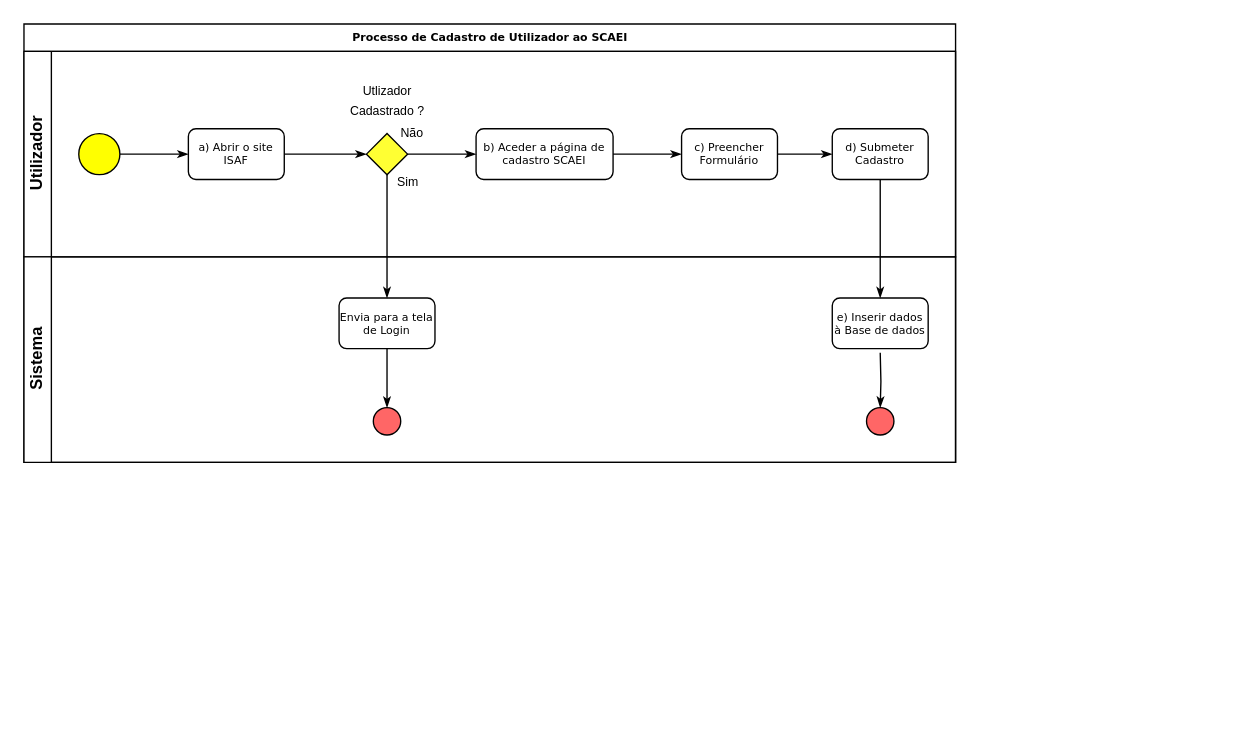
The draw.io diagram Images/Fluxo Login no portal SCAEI.drawio in Josemyr1993/JavaProject, before the edit. Source tidied: cells renumbered, new cells numbered last; positions are measured from the earlier drawing's top-left corner, leaving out a move shared by most shapes. Both pictures are drawn from the tidied source at 137%, with x=0, y=0 at pixel (23, 23).
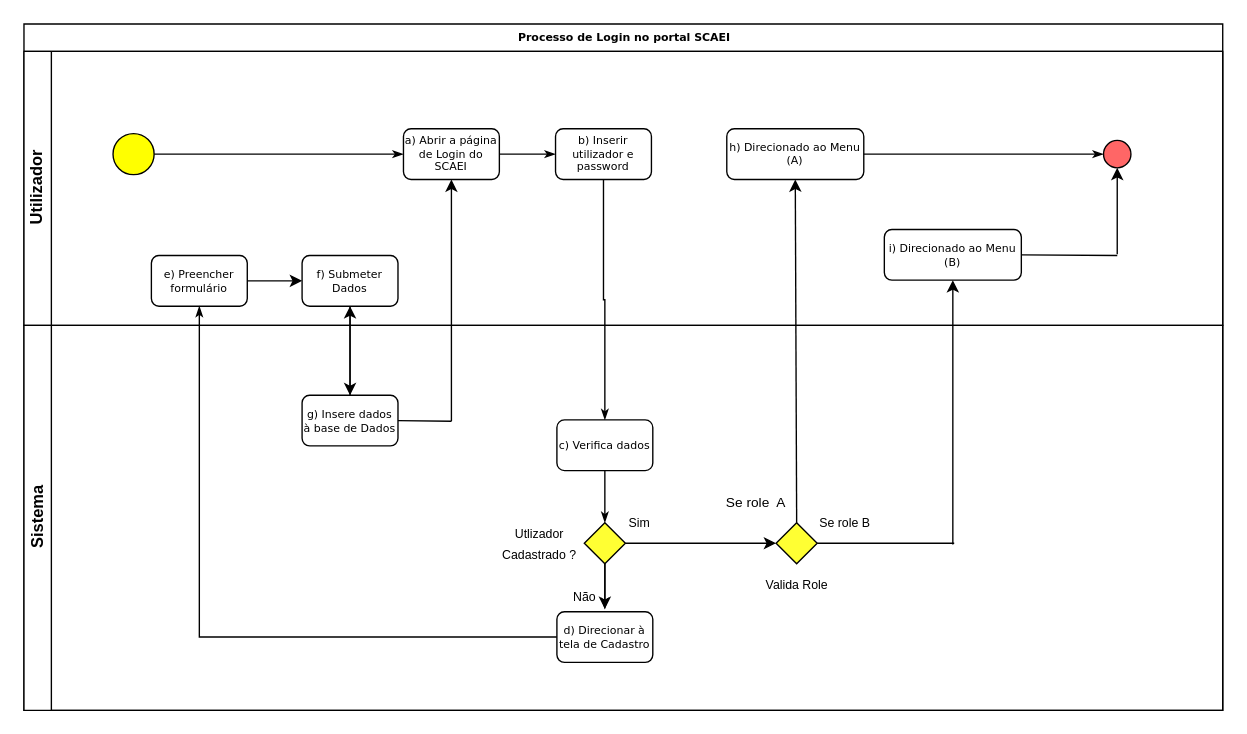
The same page after the edit.

What changed in the source:
```diff
@@
-    <mxCell id="2" value="Processo de Cadastro de Utilizador ao SCAEI" style="swimlane;html=1;horizontal=1;startSize=20;rounded=0;shadow=0;labelBackgroundColor=none;strokeWidth=1;fontFamily=Verdana;fontSize=8;align=center;" parent="1" vertex="1">
-      <mxGeometry width="680" height="320" as="geometry" />
+    <mxCell id="2" value="Processo de Login no portal SCAEI" style="swimlane;html=1;horizontal=1;startSize=20;rounded=0;shadow=0;labelBackgroundColor=none;strokeWidth=1;fontFamily=Verdana;fontSize=8;align=center;" parent="1" vertex="1">
+      <mxGeometry width="875" height="501" as="geometry" />
     </mxCell>
     <mxCell id="3" value="Utilizador" style="swimlane;html=1;startSize=20;horizontal=0;" parent="2" vertex="1">
-      <mxGeometry y="20" width="680" height="150" as="geometry" />
+      <mxGeometry y="20" width="875" height="200" as="geometry" />
     </mxCell>
@@
     <mxCell id="5" style="ellipse;whiteSpace=wrap;html=1;rounded=0;shadow=0;labelBackgroundColor=none;strokeWidth=1;fontFamily=Verdana;fontSize=8;align=center;fillColor=#FFFF00;" parent="3" vertex="1">
-      <mxGeometry x="40" y="60" width="30" height="30" as="geometry" />
+      <mxGeometry x="65" y="60" width="30" height="30" as="geometry" />
     </mxCell>
-    <mxCell id="6" value="a) Abrir o site ISAF" style="rounded=1;whiteSpace=wrap;html=1;shadow=0;labelBackgroundColor=none;strokeWidth=1;fontFamily=Verdana;fontSize=8;align=center;" parent="3" vertex="1">
-      <mxGeometry x="120" y="56.5" width="70" height="37" as="geometry" />
+    <mxCell id="6" value="a) Abrir a página de Login do SCAEI" style="rounded=1;whiteSpace=wrap;html=1;shadow=0;labelBackgroundColor=none;strokeWidth=1;fontFamily=Verdana;fontSize=8;align=center;" parent="3" vertex="1">
+      <mxGeometry x="277" y="56.5" width="70" height="37" as="geometry" />
     </mxCell>
-    <mxCell id="7" value="c) Preencher Formulário" style="rounded=1;whiteSpace=wrap;html=1;shadow=0;labelBackgroundColor=none;strokeWidth=1;fontFamily=Verdana;fontSize=8;align=center;" parent="3" vertex="1">
-      <mxGeometry x="480" y="56.5" width="70" height="37" as="geometry" />
-    </mxCell>
-    <mxCell id="8" value="b) Aceder a página de cadastro SCAEI" style="rounded=1;whiteSpace=wrap;html=1;shadow=0;labelBackgroundColor=none;strokeWidth=1;fontFamily=Verdana;fontSize=8;align=center;" parent="3" vertex="1">
-      <mxGeometry x="330" y="56.5" width="100" height="37" as="geometry" />
+    <mxCell id="8" value="h) Direcionado ao Menu (A)" style="rounded=1;whiteSpace=wrap;html=1;shadow=0;labelBackgroundColor=none;strokeWidth=1;fontFamily=Verdana;fontSize=8;align=center;" parent="3" vertex="1">
+      <mxGeometry x="513" y="56.5" width="100" height="37" as="geometry" />
     </mxCell>
-    <mxCell id="9" style="edgeStyle=orthogonalEdgeStyle;rounded=0;html=1;labelBackgroundColor=none;startArrow=none;startFill=0;startSize=5;endArrow=classicThin;endFill=1;endSize=5;jettySize=auto;strokeWidth=1;fontFamily=Verdana;fontSize=8;exitX=1;exitY=0.5;exitDx=0;exitDy=0;entryX=0;entryY=0.5;entryDx=0;entryDy=0;entryPerimeter=0;" parent="3" edge="1" source="6" target="12">
-      <mxGeometry relative="1" as="geometry" />
+    <mxCell id="9" style="edgeStyle=orthogonalEdgeStyle;rounded=0;html=1;labelBackgroundColor=none;startArrow=none;startFill=0;startSize=5;endArrow=classicThin;endFill=1;endSize=5;jettySize=auto;strokeWidth=1;fontFamily=Verdana;fontSize=8;exitX=1;exitY=0.5;exitDx=0;exitDy=0;" parent="3" edge="1" source="6">
+      <mxGeometry relative="1" as="geometry">
+        <mxPoint x="388" y="75" as="targetPoint" />
+      </mxGeometry>
     </mxCell>
-    <mxCell id="10" style="edgeStyle=orthogonalEdgeStyle;rounded=0;html=1;labelBackgroundColor=none;startArrow=none;startFill=0;startSize=5;endArrow=classicThin;endFill=1;endSize=5;jettySize=auto;strokeWidth=1;fontFamily=Verdana;fontSize=8;entryX=0;entryY=0.5;entryDx=0;entryDy=0;" parent="3" edge="1" source="8" target="7">
+    <mxCell id="10" style="edgeStyle=orthogonalEdgeStyle;rounded=0;html=1;labelBackgroundColor=none;startArrow=none;startFill=0;startSize=5;endArrow=classicThin;endFill=1;endSize=5;jettySize=auto;strokeWidth=1;fontFamily=Verdana;fontSize=8;entryX=0;entryY=0.5;entryDx=0;entryDy=0;" parent="3" edge="1" source="8" target="30">
       <mxGeometry relative="1" as="geometry" />
     </mxCell>
@@
-    <mxCell id="12" style="strokeWidth=1;html=1;shape=mxgraph.flowchart.decision;whiteSpace=wrap;rounded=1;shadow=0;labelBackgroundColor=none;fontFamily=Verdana;fontSize=8;align=center;fillColor=#FFFF33;" parent="3" vertex="1">
-      <mxGeometry x="250" y="60" width="30" height="30" as="geometry" />
-    </mxCell>
+    <mxCell id="29" value="b) Inserir utilizador e password" style="rounded=1;whiteSpace=wrap;html=1;shadow=0;labelBackgroundColor=none;strokeWidth=1;fontFamily=Verdana;fontSize=8;align=center;" parent="3" vertex="1">
+      <mxGeometry x="388" y="56.5" width="70" height="37" as="geometry" />
+    </mxCell>
+    <mxCell id="30" style="ellipse;whiteSpace=wrap;html=1;rounded=0;shadow=0;labelBackgroundColor=none;strokeWidth=1;fontFamily=Verdana;fontSize=8;align=center;fillColor=#FF6666;" parent="3" vertex="1">
+      <mxGeometry x="788" y="65" width="20" height="20" as="geometry" />
+    </mxCell>
+    <mxCell id="31" value="i) Direcionado ao Menu (B)" style="rounded=1;whiteSpace=wrap;html=1;shadow=0;labelBackgroundColor=none;strokeWidth=1;fontFamily=Verdana;fontSize=8;align=center;" parent="3" vertex="1">
+      <mxGeometry x="628" y="130" width="100" height="37" as="geometry" />
+    </mxCell>
+    <mxCell id="32" value="e) Preencher formulário" style="rounded=1;whiteSpace=wrap;html=1;shadow=0;labelBackgroundColor=none;strokeWidth=1;fontFamily=Verdana;fontSize=8;align=center;" parent="3" vertex="1">
+      <mxGeometry x="93" y="149" width="70" height="37" as="geometry" />
+    </mxCell>
+    <mxCell id="33" value="f) Submeter Dados" style="rounded=1;whiteSpace=wrap;html=1;shadow=0;labelBackgroundColor=none;strokeWidth=1;fontFamily=Verdana;fontSize=8;align=center;" parent="3" vertex="1">
+      <mxGeometry x="203" y="149" width="70" height="37" as="geometry" />
+    </mxCell>
+    <mxCell id="34" style="endArrow=classic;html=1;rounded=0;exitX=1;exitY=0.5;exitDx=0;exitDy=0;entryX=0;entryY=0.5;entryDx=0;entryDy=0;" parent="3" edge="1" source="32" target="33">
+      <mxGeometry relative="1" as="geometry" />
+    </mxCell>
+    <mxCell id="35" style="edgeStyle=orthogonalEdgeStyle;rounded=0;html=1;labelBackgroundColor=none;startArrow=none;startFill=0;startSize=5;endArrow=classicThin;endFill=1;endSize=5;jettySize=auto;strokeWidth=1;fontFamily=Verdana;fontSize=8;exitX=0;exitY=0.5;exitDx=0;exitDy=0;entryX=0.5;entryY=1;entryDx=0;entryDy=0;" parent="2" edge="1" source="42" target="32">
+      <mxGeometry relative="1" as="geometry" />
+    </mxCell>
+    <mxCell id="36" style="edgeStyle=orthogonalEdgeStyle;rounded=0;html=1;labelBackgroundColor=none;startArrow=none;startFill=0;startSize=5;endArrow=classicThin;endFill=1;endSize=5;jettySize=auto;strokeWidth=1;fontFamily=Verdana;fontSize=8;exitX=0.5;exitY=1;exitDx=0;exitDy=0;entryX=0.5;entryY=0;entryDx=0;entryDy=0;" parent="2" edge="1" source="29" target="38">
+      <mxGeometry relative="1" as="geometry" />
+    </mxCell>
+    <mxCell id="37" style="endArrow=classic;html=1;rounded=0;entryX=0.5;entryY=1;entryDx=0;entryDy=0;exitX=0.5;exitY=0;exitDx=0;exitDy=0;exitPerimeter=0;" parent="2" edge="1" source="43" target="8">
+      <mxGeometry relative="1" as="geometry" />
+    </mxCell>
+    <mxCell id="19" value="Sistema" style="swimlane;html=1;startSize=20;horizontal=0;" parent="2" vertex="1">
+      <mxGeometry y="220" width="875" height="281" as="geometry" />
+    </mxCell>
+    <mxCell id="21" style="edgeStyle=orthogonalEdgeStyle;rounded=0;orthogonalLoop=1;jettySize=auto;html=1;exitX=0.5;exitY=1;exitDx=0;exitDy=0;fontSize=9;" parent="19" edge="1">
+      <mxGeometry relative="1" as="geometry">
+        <mxPoint x="404" y="151" as="sourcePoint" />
+        <mxPoint x="404" y="151" as="targetPoint" />
+      </mxGeometry>
+    </mxCell>
+    <mxCell id="25" style="edgeStyle=orthogonalEdgeStyle;rounded=0;html=1;labelBackgroundColor=none;startArrow=none;startFill=0;startSize=5;endArrow=classicThin;endFill=1;endSize=5;jettySize=auto;orthogonalLoop=1;strokeWidth=1;fontFamily=Verdana;fontSize=8;exitX=0.5;exitY=1;exitDx=0;exitDy=0;entryX=0.5;entryY=0;entryDx=0;entryDy=0;" parent="19" edge="1">
+      <mxGeometry relative="1" as="geometry">
+        <mxPoint x="424" y="164" as="sourcePoint" />
+        <mxPoint x="424" y="207" as="targetPoint" />
+      </mxGeometry>
+    </mxCell>
+    <mxCell id="38" value="c) Verifica dados" style="rounded=1;whiteSpace=wrap;html=1;shadow=0;labelBackgroundColor=none;strokeWidth=1;fontFamily=Verdana;fontSize=8;align=center;" parent="19" vertex="1">
+      <mxGeometry x="389" y="69" width="70" height="37" as="geometry" />
+    </mxCell>
+    <mxCell id="39" style="edgeStyle=orthogonalEdgeStyle;rounded=0;jettySize=auto;html=1;" parent="19" edge="1" source="40">
+      <mxGeometry relative="1" as="geometry">
+        <mxPoint x="424" y="207" as="targetPoint" />
+      </mxGeometry>
+    </mxCell>
+    <mxCell id="40" style="strokeWidth=1;html=1;shape=mxgraph.flowchart.decision;whiteSpace=wrap;rounded=1;shadow=0;labelBackgroundColor=none;fontFamily=Verdana;fontSize=8;align=center;fillColor=#FFFF33;" parent="19" vertex="1">
+      <mxGeometry x="409" y="144" width="30" height="30" as="geometry" />
+    </mxCell>
-    <mxCell id="13" value="&lt;font style=&quot;font-size: 9px;&quot;&gt;Utlizador Cadastrado ?&lt;/font&gt;" style="text;strokeColor=none;align=center;fillColor=none;html=1;verticalAlign=middle;whiteSpace=wrap;rounded=0;" parent="3" vertex="1">
-      <mxGeometry x="227.5" y="20" width="75" height="30" as="geometry" />
+    <mxCell id="13" value="&lt;font style=&quot;font-size: 9px;&quot;&gt;Utlizador Cadastrado ?&lt;/font&gt;" style="text;strokeColor=none;align=center;fillColor=none;html=1;verticalAlign=middle;whiteSpace=wrap;rounded=0;" parent="19" vertex="1">
+      <mxGeometry x="339" y="144" width="75" height="30" as="geometry" />
     </mxCell>
+    <mxCell id="41" style="edgeStyle=orthogonalEdgeStyle;rounded=0;html=1;labelBackgroundColor=none;startArrow=none;startFill=0;startSize=5;endArrow=classicThin;endFill=1;endSize=5;jettySize=auto;strokeWidth=1;fontFamily=Verdana;fontSize=8;entryX=0.5;entryY=0;entryDx=0;entryDy=0;entryPerimeter=0;" parent="19" edge="1" source="38" target="40">
+      <mxGeometry relative="1" as="geometry" />
+    </mxCell>
-    <mxCell id="14" value="&lt;font style=&quot;font-size: 9px;&quot;&gt;Sim&lt;/font&gt;" style="text;html=1;align=center;verticalAlign=middle;strokeColor=none;fillColor=none;fontSize=10;" parent="3" vertex="1">
-      <mxGeometry x="260" y="80" width="40" height="30" as="geometry" />
+    <mxCell id="14" value="&lt;font style=&quot;font-size: 9px;&quot;&gt;Sim&lt;/font&gt;" style="text;html=1;align=center;verticalAlign=middle;strokeColor=none;fillColor=none;fontSize=10;" parent="19" vertex="1">
+      <mxGeometry x="429" y="129" width="40" height="30" as="geometry" />
     </mxCell>
-    <mxCell id="15" style="edgeStyle=orthogonalEdgeStyle;rounded=0;html=1;labelBackgroundColor=none;startArrow=none;startFill=0;startSize=5;endArrow=classicThin;endFill=1;endSize=5;jettySize=auto;strokeWidth=1;fontFamily=Verdana;fontSize=8;exitX=1;exitY=0.5;exitDx=0;exitDy=0;entryX=0;entryY=0.5;entryDx=0;entryDy=0;exitPerimeter=0;" parent="3" edge="1" source="12" target="8">
-      <mxGeometry relative="1" as="geometry" />
-    </mxCell>
-    <mxCell id="16" value="d) Submeter Cadastro" style="rounded=1;whiteSpace=wrap;html=1;shadow=0;labelBackgroundColor=none;strokeWidth=1;fontFamily=Verdana;fontSize=8;align=center;" parent="3" vertex="1">
-      <mxGeometry x="590" y="56.5" width="70" height="37" as="geometry" />
-    </mxCell>
-    <mxCell id="17" style="edgeStyle=orthogonalEdgeStyle;rounded=0;html=1;labelBackgroundColor=none;startArrow=none;startFill=0;startSize=5;endArrow=classicThin;endFill=1;endSize=5;jettySize=auto;strokeWidth=1;fontFamily=Verdana;fontSize=8;entryX=0;entryY=0.5;entryDx=0;entryDy=0;exitX=1;exitY=0.5;exitDx=0;exitDy=0;" parent="3" edge="1" source="7" target="16">
-      <mxGeometry relative="1" as="geometry" />
-    </mxCell>
-    <mxCell id="18" value="Não" style="text;html=1;align=center;verticalAlign=middle;strokeColor=none;fillColor=none;fontSize=9;" parent="3" vertex="1">
-      <mxGeometry x="262.5" y="50" width="40" height="20" as="geometry" />
+    <mxCell id="18" value="Não" style="text;html=1;align=center;verticalAlign=middle;strokeColor=none;fillColor=none;fontSize=9;" parent="19" vertex="1">
+      <mxGeometry x="389" y="189" width="40" height="20" as="geometry" />
     </mxCell>
-    <mxCell id="19" value="Sistema" style="swimlane;html=1;startSize=20;horizontal=0;" parent="2" vertex="1">
-      <mxGeometry y="170" width="680" height="150" as="geometry" />
-    </mxCell>
-    <mxCell id="20" value="Envia para a tela de Login" style="rounded=1;whiteSpace=wrap;html=1;shadow=0;labelBackgroundColor=none;strokeWidth=1;fontFamily=Verdana;fontSize=8;align=center;" parent="19" vertex="1">
-      <mxGeometry x="230" y="30" width="70" height="37" as="geometry" />
-    </mxCell>
-    <mxCell id="21" style="edgeStyle=orthogonalEdgeStyle;rounded=0;orthogonalLoop=1;jettySize=auto;html=1;exitX=0.5;exitY=1;exitDx=0;exitDy=0;fontSize=9;" parent="19" edge="1" source="20" target="20">
-      <mxGeometry relative="1" as="geometry" />
-    </mxCell>
-    <mxCell id="22" style="ellipse;whiteSpace=wrap;html=1;rounded=0;shadow=0;labelBackgroundColor=none;strokeWidth=1;fontFamily=Verdana;fontSize=8;align=center;fillColor=#FF6666;" parent="19" vertex="1">
-      <mxGeometry x="255" y="110" width="20" height="20" as="geometry" />
-    </mxCell>
-    <mxCell id="23" value="e) Inserir dados à Base de dados" style="rounded=1;whiteSpace=wrap;html=1;shadow=0;labelBackgroundColor=none;strokeWidth=1;fontFamily=Verdana;fontSize=8;align=center;" parent="19" vertex="1">
-      <mxGeometry x="590" y="30" width="70" height="37" as="geometry" />
-    </mxCell>
-    <mxCell id="24" style="ellipse;whiteSpace=wrap;html=1;rounded=0;shadow=0;labelBackgroundColor=none;strokeWidth=1;fontFamily=Verdana;fontSize=8;align=center;fillColor=#FF6666;" parent="19" vertex="1">
-      <mxGeometry x="615" y="110" width="20" height="20" as="geometry" />
-    </mxCell>
-    <mxCell id="25" style="edgeStyle=orthogonalEdgeStyle;rounded=0;html=1;labelBackgroundColor=none;startArrow=none;startFill=0;startSize=5;endArrow=classicThin;endFill=1;endSize=5;jettySize=auto;strokeWidth=1;fontFamily=Verdana;fontSize=8;exitX=0.5;exitY=1;exitDx=0;exitDy=0;entryX=0.5;entryY=0;entryDx=0;entryDy=0;" parent="19" edge="1" source="20" target="22">
-      <mxGeometry relative="1" as="geometry" />
-    </mxCell>
-    <mxCell id="26" style="edgeStyle=orthogonalEdgeStyle;rounded=0;html=1;labelBackgroundColor=none;startArrow=none;startFill=0;startSize=5;endArrow=classicThin;endFill=1;endSize=5;jettySize=auto;strokeWidth=1;fontFamily=Verdana;fontSize=8;exitX=0.5;exitY=1;exitDx=0;exitDy=0;entryX=0.5;entryY=0;entryDx=0;entryDy=0;" parent="2" edge="1" source="16" target="23">
-      <mxGeometry relative="1" as="geometry" />
-    </mxCell>
-    <mxCell id="27" style="edgeStyle=orthogonalEdgeStyle;rounded=0;html=1;labelBackgroundColor=none;startArrow=none;startFill=0;startSize=5;endArrow=classicThin;endFill=1;endSize=5;jettySize=auto;strokeWidth=1;fontFamily=Verdana;fontSize=8;exitX=0.5;exitY=1;exitDx=0;exitDy=0;exitPerimeter=0;entryX=0.5;entryY=0;entryDx=0;entryDy=0;" parent="2" edge="1" source="12" target="20">
-      <mxGeometry relative="1" as="geometry" />
-    </mxCell>
-    <mxCell id="28" style="edgeStyle=orthogonalEdgeStyle;rounded=0;html=1;labelBackgroundColor=none;startArrow=none;startFill=0;startSize=5;endArrow=classicThin;endFill=1;endSize=5;jettySize=auto;strokeWidth=1;fontFamily=Verdana;fontSize=8;entryX=0.5;entryY=0;entryDx=0;entryDy=0;" parent="1" edge="1" target="24">
-      <mxGeometry relative="1" as="geometry">
-        <mxPoint x="625" y="240" as="sourcePoint" />
-      </mxGeometry>
-    </mxCell>
+    <mxCell id="42" value="d) Direcionar à tela de Cadastro" style="rounded=1;whiteSpace=wrap;html=1;shadow=0;labelBackgroundColor=none;strokeWidth=1;fontFamily=Verdana;fontSize=8;align=center;" parent="19" vertex="1">
+      <mxGeometry x="389" y="209" width="70" height="37" as="geometry" />
+    </mxCell>
+    <mxCell id="43" style="strokeWidth=1;html=1;shape=mxgraph.flowchart.decision;whiteSpace=wrap;rounded=1;shadow=0;labelBackgroundColor=none;fontFamily=Verdana;fontSize=8;align=center;fillColor=#FFFF33;" parent="19" vertex="1">
+      <mxGeometry x="549" y="144" width="30" height="30" as="geometry" />
+    </mxCell>
+    <mxCell id="44" value="&lt;font style=&quot;font-size: 9px;&quot;&gt;Valida Role&lt;/font&gt;" style="text;strokeColor=none;align=center;fillColor=none;html=1;verticalAlign=middle;whiteSpace=wrap;rounded=0;" parent="19" vertex="1">
+      <mxGeometry x="526.5" y="174" width="75" height="30" as="geometry" />
+    </mxCell>
+    <mxCell id="45" style="endArrow=classic;html=1;rounded=0;exitX=1;exitY=0.5;exitDx=0;exitDy=0;exitPerimeter=0;entryX=0;entryY=0.5;entryDx=0;entryDy=0;entryPerimeter=0;" parent="19" edge="1" source="40" target="43">
+      <mxGeometry relative="1" as="geometry" />
+    </mxCell>
+    <mxCell id="46" value="&lt;font size=&quot;1&quot;&gt;Se role&amp;nbsp; A&lt;/font&gt;" style="text;html=1;align=center;verticalAlign=middle;strokeColor=none;fillColor=none;fontSize=10;" parent="19" vertex="1">
+      <mxGeometry x="499" y="114" width="70" height="30" as="geometry" />
+    </mxCell>
+    <mxCell id="47" value="&lt;font style=&quot;font-size: 9px;&quot;&gt;Se role B&lt;/font&gt;" style="text;html=1;align=center;verticalAlign=middle;strokeColor=none;fillColor=none;fontSize=10;" parent="19" vertex="1">
+      <mxGeometry x="569" y="129" width="60" height="30" as="geometry" />
+    </mxCell>
+    <mxCell id="48" value="g) Insere dados à base de Dados" style="rounded=1;whiteSpace=wrap;html=1;shadow=0;labelBackgroundColor=none;strokeWidth=1;fontFamily=Verdana;fontSize=8;align=center;" parent="19" vertex="1">
+      <mxGeometry x="203" y="51" width="70" height="37" as="geometry" />
+    </mxCell>
+    <mxCell id="49" style="edgeStyle=orthogonalEdgeStyle;rounded=0;jettySize=auto;html=1;" parent="2" edge="1" source="48" target="33">
+      <mxGeometry relative="1" as="geometry" />
+    </mxCell>
+    <mxCell id="50" style="endArrow=classic;html=1;rounded=0;entryX=0.5;entryY=1;entryDx=0;entryDy=0;" parent="1" edge="1" target="31">
+      <mxGeometry relative="1" as="geometry">
+        <mxPoint x="678" y="380" as="sourcePoint" />
+      </mxGeometry>
+    </mxCell>
+    <mxCell id="51" style="endArrow=none;html=1;rounded=0;" parent="1" edge="1">
+      <mxGeometry relative="1" as="geometry">
+        <mxPoint x="579" y="379" as="sourcePoint" />
+        <mxPoint x="679" y="379" as="targetPoint" />
+      </mxGeometry>
+    </mxCell>
+    <mxCell id="52" style="endArrow=classic;html=1;rounded=0;entryX=0.5;entryY=1;entryDx=0;entryDy=0;" parent="1" edge="1" target="30">
+      <mxGeometry relative="1" as="geometry">
+        <mxPoint x="798" y="168" as="sourcePoint" />
+      </mxGeometry>
+    </mxCell>
+    <mxCell id="53" style="endArrow=none;html=1;rounded=0;exitX=1;exitY=0.5;exitDx=0;exitDy=0;" parent="1" edge="1" source="31">
+      <mxGeometry relative="1" as="geometry">
+        <mxPoint x="798" y="169" as="targetPoint" />
+      </mxGeometry>
+    </mxCell>
+    <mxCell id="54" style="endArrow=classic;html=1;rounded=0;exitX=0.5;exitY=1;exitDx=0;exitDy=0;" parent="1" edge="1" source="33">
+      <mxGeometry relative="1" as="geometry">
+        <mxPoint x="238" y="271" as="targetPoint" />
+      </mxGeometry>
+    </mxCell>
+    <mxCell id="55" style="endArrow=classic;html=1;rounded=0;entryX=0.5;entryY=1;entryDx=0;entryDy=0;" parent="1" edge="1" target="6">
+      <mxGeometry relative="1" as="geometry">
+        <mxPoint x="312" y="290" as="sourcePoint" />
+      </mxGeometry>
+    </mxCell>
+    <mxCell id="56" style="endArrow=none;html=1;rounded=0;exitX=1;exitY=0.5;exitDx=0;exitDy=0;" parent="1" edge="1" source="48">
+      <mxGeometry relative="1" as="geometry">
+        <mxPoint x="312" y="290" as="targetPoint" />
+      </mxGeometry>
+    </mxCell>
```
